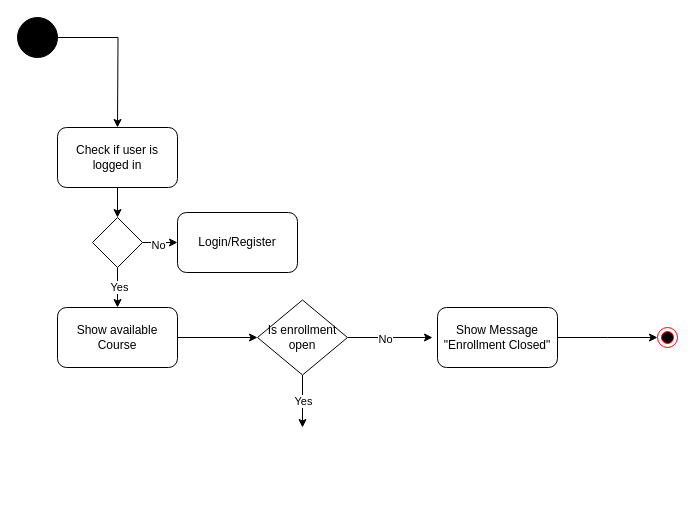
Earlier version of the draw.io diagram lab 6/Source files/Activitydiagram.drawio (Youssufathalla/Programming-2). Source tidied: cells renumbered, new cells numbered last; positions are measured from the earlier drawing's top-left corner, leaving out a move shared by most shapes. Both pictures are drawn from the tidied source at 100%, with x=0, y=0 at pixel (17, 17).
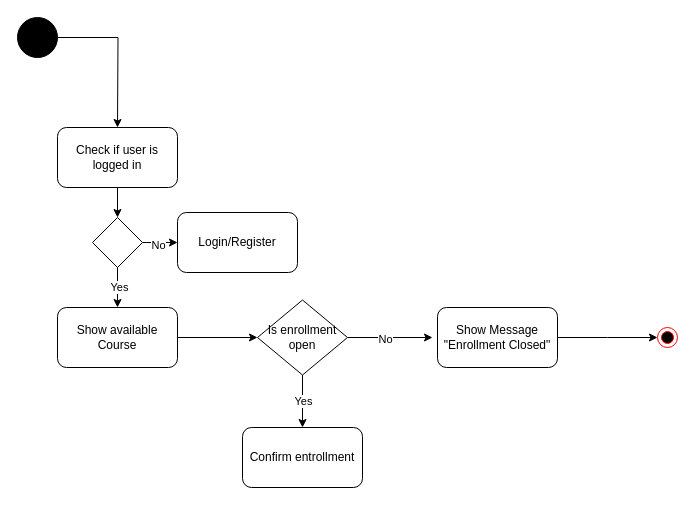
Above is the later version.

Commit message:
confirm enrollments

Change to the diagram source:
```diff
@@
+    <mxCell id="22" value="Confirm entrollment" style="rounded=1;whiteSpace=wrap;html=1;" parent="1" vertex="1">
+      <mxGeometry x="225" y="410" width="120" height="60" as="geometry" />
+    </mxCell>
```
